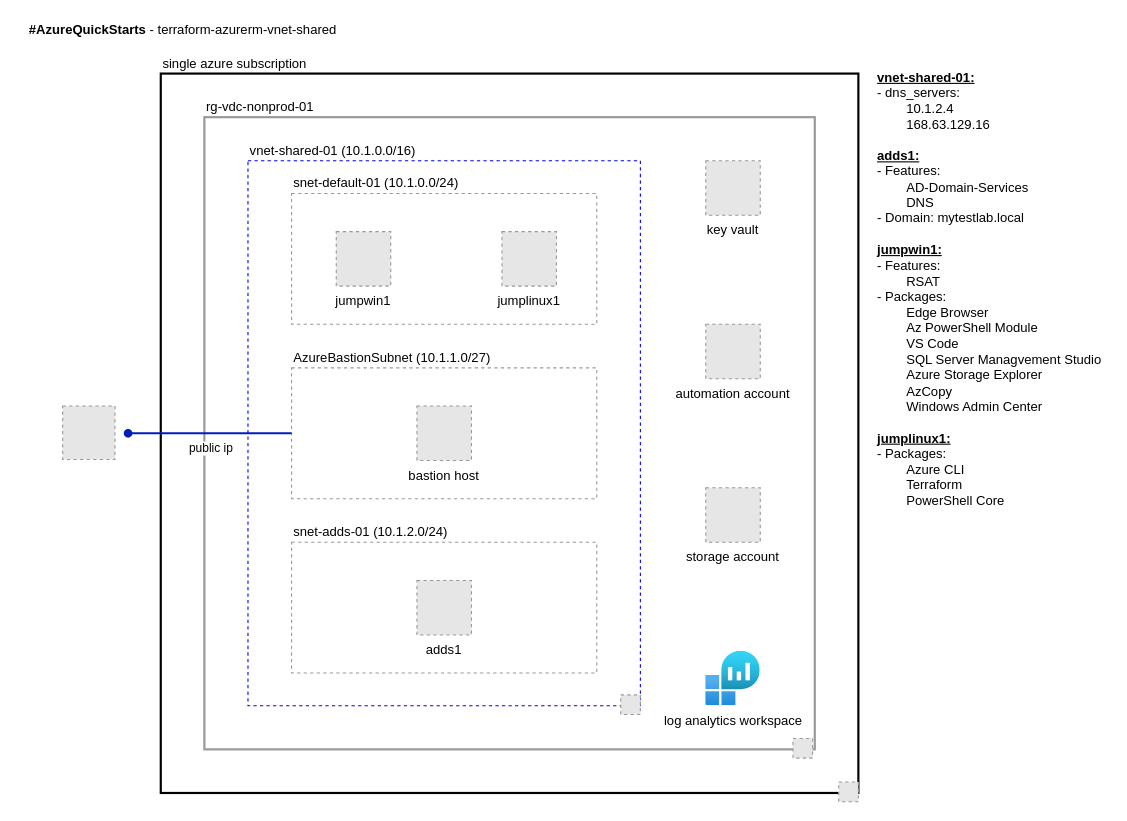
Earlier version of the draw.io diagram terraform-azurerm-vnet-shared/vnet-shared-diagram.drawio (doherty100/azuresandbox). Source tidied: cells renumbered, new cells numbered last; positions are measured from the earlier drawing's top-left corner, leaving out a move shared by most shapes. Both pictures are drawn from the tidied source at 109%, with x=0, y=0 at pixel (19, 19). Pictures stored in the file or linked from it are replaced by grey dashed boxes.
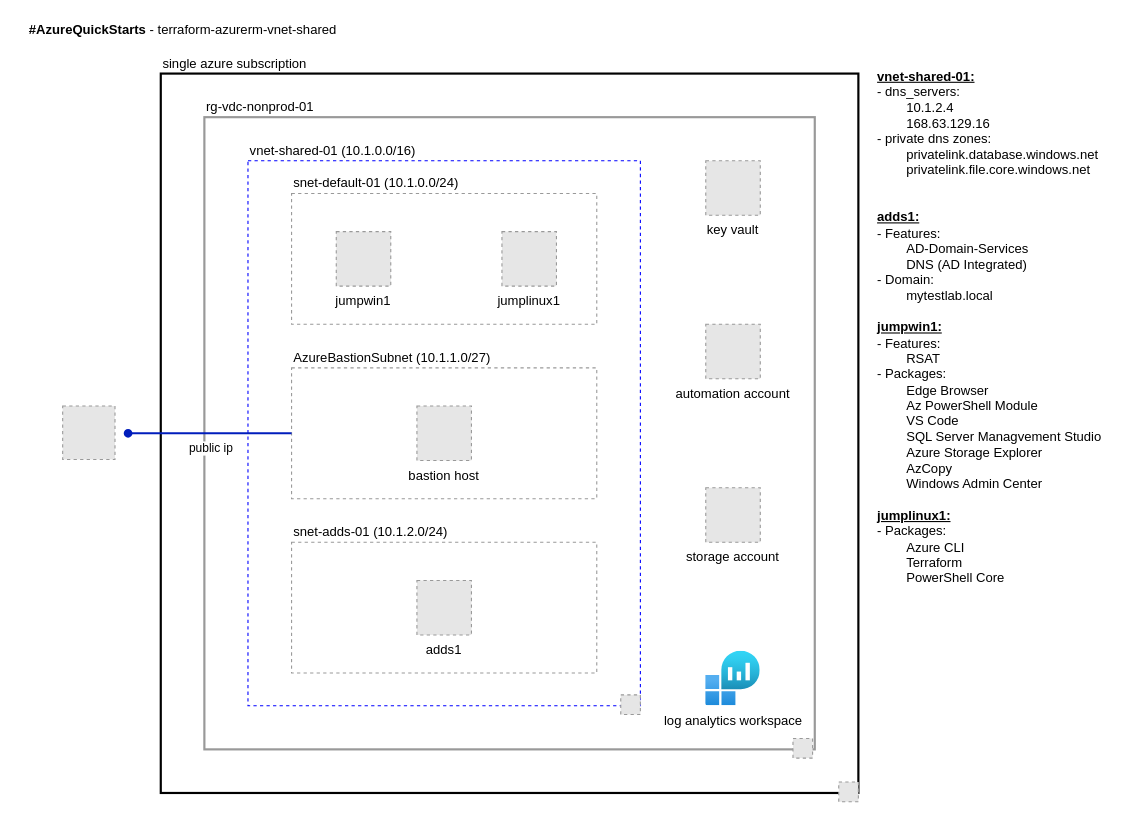
Above is the later version.

Commit message (it also covers changes not shown here):
move private dns zones to vnet-shared

Change to the diagram source:
```diff
@@
-    <mxCell id="20" value="&lt;div style=&quot;text-align: left&quot;&gt;&lt;span&gt;&lt;u&gt;&lt;b&gt;vnet-shared-01:&lt;/b&gt;&lt;/u&gt;&lt;/span&gt;&lt;/div&gt;&lt;div style=&quot;text-align: left&quot;&gt;&lt;span&gt;- dns_servers:&amp;nbsp;&lt;/span&gt;&lt;/div&gt;&lt;div style=&quot;text-align: left&quot;&gt;&lt;span&gt;&lt;span style=&quot;white-space: pre&quot;&gt;&#9;&lt;/span&gt;10.1.2.4&lt;/span&gt;&lt;/div&gt;&lt;div style=&quot;text-align: left&quot;&gt;&lt;span&gt;&lt;span style=&quot;white-space: pre&quot;&gt;&#9;&lt;/span&gt;1&lt;/span&gt;&lt;span&gt;68.63.129.16&lt;/span&gt;&lt;/div&gt;&lt;div style=&quot;text-align: left&quot;&gt;&lt;span&gt;&lt;br&gt;&lt;/span&gt;&lt;/div&gt;&lt;div style=&quot;text-align: left&quot;&gt;&lt;div&gt;&lt;u&gt;&lt;b&gt;adds1:&lt;/b&gt;&lt;/u&gt;&lt;/div&gt;&lt;span style=&quot;text-align: center&quot;&gt;- Features:&amp;nbsp;&lt;/span&gt;&lt;/div&gt;&lt;div style=&quot;text-align: left&quot;&gt;&lt;span style=&quot;text-align: center&quot;&gt;&lt;span style=&quot;white-space: pre&quot;&gt;&#9;&lt;/span&gt;AD-Domain-Services&lt;/span&gt;&lt;/div&gt;&lt;div style=&quot;text-align: left&quot;&gt;&lt;span style=&quot;text-align: center&quot;&gt;&lt;span style=&quot;white-space: pre&quot;&gt;&#9;&lt;/span&gt;DNS&lt;/span&gt;&lt;br style=&quot;text-align: center&quot;&gt;&lt;div&gt;- Domain: mytestlab.local&lt;/div&gt;&lt;div&gt;&lt;br&gt;&lt;/div&gt;&lt;/div&gt;&lt;div style=&quot;text-align: left&quot;&gt;&lt;b&gt;&lt;u&gt;jumpwin1:&lt;/u&gt;&lt;/b&gt;&lt;/div&gt;&lt;div style=&quot;text-align: left&quot;&gt;- Features:&lt;/div&gt;&lt;div style=&quot;text-align: left&quot;&gt;&lt;span style=&quot;white-space: pre&quot;&gt;&#9;&lt;/span&gt;RSAT&lt;/div&gt;&lt;div style=&quot;text-align: left&quot;&gt;- Packages:&lt;/div&gt;&lt;div style=&quot;text-align: left&quot;&gt;&lt;span style=&quot;white-space: pre&quot;&gt;&#9;&lt;/span&gt;Edge Browser&lt;br&gt;&lt;/div&gt;&lt;div style=&quot;text-align: left&quot;&gt;&lt;span style=&quot;white-space: pre&quot;&gt;&#9;&lt;/span&gt;&lt;span&gt;Az PowerShell Module&lt;/span&gt;&lt;br&gt;&lt;/div&gt;&lt;div style=&quot;text-align: left&quot;&gt;&lt;span style=&quot;white-space: pre&quot;&gt;&#9;&lt;/span&gt;VS Code&lt;br&gt;&lt;/div&gt;&lt;div style=&quot;text-align: left&quot;&gt;&lt;span style=&quot;white-space: pre&quot;&gt;&#9;&lt;/span&gt;SQL Server Managvement Studio&lt;/div&gt;&lt;div style=&quot;text-align: left&quot;&gt;&lt;span style=&quot;white-space: pre&quot;&gt;&#9;&lt;/span&gt;Azure Storage Explorer&lt;br&gt;&lt;/div&gt;&lt;div style=&quot;text-align: left&quot;&gt;&lt;span style=&quot;white-space: pre&quot;&gt;&#9;&lt;/span&gt;AzCopy&lt;br&gt;&lt;/div&gt;&lt;div style=&quot;text-align: left&quot;&gt;&lt;span style=&quot;white-space: pre&quot;&gt;&#9;&lt;/span&gt;Windows Admin Center&lt;br&gt;&lt;/div&gt;&lt;div style=&quot;text-align: left&quot;&gt;&lt;span&gt;&lt;br&gt;&lt;/span&gt;&lt;/div&gt;&lt;div style=&quot;text-align: left&quot;&gt;&lt;div&gt;&lt;b&gt;&lt;u&gt;jumplinux1:&lt;/u&gt;&lt;/b&gt;&lt;/div&gt;&lt;div&gt;- Packages:&amp;nbsp;&lt;/div&gt;&lt;div&gt;&lt;span style=&quot;white-space: pre&quot;&gt;&#9;&lt;/span&gt;Azure CLI&lt;/div&gt;&lt;div&gt;&lt;span style=&quot;white-space: pre&quot;&gt;&#9;&lt;/span&gt;Terraform&lt;/div&gt;&lt;div&gt;&lt;span style=&quot;white-space: pre&quot;&gt;&#9;&lt;/span&gt;PowerShell Core&lt;br&gt;&lt;/div&gt;&lt;div&gt;&lt;br&gt;&lt;/div&gt;&lt;/div&gt;" style="text;html=1;align=center;verticalAlign=middle;rounded=0;fontColor=#000000;" parent="1" vertex="1">
-      <mxGeometry x="780" y="50" width="220" height="410" as="geometry" />
+    <mxCell id="20" value="&lt;div style=&quot;text-align: left&quot;&gt;&lt;span&gt;&lt;u&gt;&lt;b&gt;vnet-shared-01:&lt;/b&gt;&lt;/u&gt;&lt;/span&gt;&lt;/div&gt;&lt;div style=&quot;text-align: left&quot;&gt;&lt;span&gt;- dns_servers:&amp;nbsp;&lt;/span&gt;&lt;/div&gt;&lt;div style=&quot;text-align: left&quot;&gt;&lt;span&gt;&lt;span&gt;&#9;&lt;/span&gt;&lt;span style=&quot;white-space: pre&quot;&gt;&#9;&lt;/span&gt;10.1.2.4&lt;/span&gt;&lt;/div&gt;&lt;div style=&quot;text-align: left&quot;&gt;&lt;span&gt;&lt;span&gt;&#9;&lt;/span&gt;&lt;span style=&quot;white-space: pre&quot;&gt;&#9;&lt;/span&gt;1&lt;/span&gt;&lt;span&gt;68.63.129.16&lt;/span&gt;&lt;/div&gt;&lt;div style=&quot;text-align: left&quot;&gt;&lt;span&gt;- private dns zones:&lt;/span&gt;&lt;/div&gt;&lt;div style=&quot;text-align: left&quot;&gt;&lt;span&gt;&lt;span&gt;&#9;&lt;/span&gt;&lt;div&gt;&lt;span style=&quot;white-space: pre&quot;&gt;&#9;&lt;/span&gt;privatelink.database.windows.net&lt;/div&gt;&lt;div&gt;&lt;span style=&quot;white-space: pre&quot;&gt;&#9;&lt;/span&gt;privatelink.file.core.windows.net&lt;/div&gt;&lt;div&gt;&lt;br&gt;&lt;/div&gt;&lt;/span&gt;&lt;/div&gt;&lt;div style=&quot;text-align: left&quot;&gt;&lt;span&gt;&lt;br&gt;&lt;/span&gt;&lt;/div&gt;&lt;div style=&quot;text-align: left&quot;&gt;&lt;div&gt;&lt;u&gt;&lt;b&gt;adds1:&lt;/b&gt;&lt;/u&gt;&lt;/div&gt;&lt;span style=&quot;text-align: center&quot;&gt;- Features:&amp;nbsp;&lt;/span&gt;&lt;/div&gt;&lt;div style=&quot;text-align: left&quot;&gt;&lt;span style=&quot;text-align: center&quot;&gt;&lt;span&gt;&#9;&lt;/span&gt;&lt;span style=&quot;white-space: pre&quot;&gt;&#9;&lt;/span&gt;AD-Domain-Services&lt;/span&gt;&lt;/div&gt;&lt;div style=&quot;text-align: left&quot;&gt;&lt;span style=&quot;text-align: center&quot;&gt;&lt;span&gt;&#9;&lt;/span&gt;&lt;span style=&quot;white-space: pre&quot;&gt;&#9;&lt;/span&gt;DNS (AD Integrated)&lt;/span&gt;&lt;br style=&quot;text-align: center&quot;&gt;&lt;div&gt;- Domain: &lt;/div&gt;&lt;div&gt;&lt;span style=&quot;white-space: pre&quot;&gt;&#9;&lt;/span&gt;mytestlab.local&lt;br&gt;&lt;/div&gt;&lt;div&gt;&lt;br&gt;&lt;/div&gt;&lt;/div&gt;&lt;div style=&quot;text-align: left&quot;&gt;&lt;b&gt;&lt;u&gt;jumpwin1:&lt;/u&gt;&lt;/b&gt;&lt;/div&gt;&lt;div style=&quot;text-align: left&quot;&gt;- Features:&lt;/div&gt;&lt;div style=&quot;text-align: left&quot;&gt;&lt;span&gt;&#9;&lt;/span&gt;&lt;span style=&quot;white-space: pre&quot;&gt;&#9;&lt;/span&gt;RSAT&lt;/div&gt;&lt;div style=&quot;text-align: left&quot;&gt;- Packages:&lt;/div&gt;&lt;div style=&quot;text-align: left&quot;&gt;&lt;span&gt;&#9;&lt;/span&gt;&lt;span style=&quot;white-space: pre&quot;&gt;&#9;&lt;/span&gt;Edge Browser&lt;br&gt;&lt;/div&gt;&lt;div style=&quot;text-align: left&quot;&gt;&lt;span&gt;&#9;&lt;/span&gt;&lt;span&gt;&lt;span style=&quot;white-space: pre&quot;&gt;&#9;&lt;/span&gt;Az PowerShell Module&lt;/span&gt;&lt;br&gt;&lt;/div&gt;&lt;div style=&quot;text-align: left&quot;&gt;&lt;span&gt;&#9;&lt;/span&gt;&lt;span style=&quot;white-space: pre&quot;&gt;&#9;&lt;/span&gt;VS Code&lt;br&gt;&lt;/div&gt;&lt;div style=&quot;text-align: left&quot;&gt;&lt;span&gt;&#9;&lt;/span&gt;&lt;span style=&quot;white-space: pre&quot;&gt;&#9;&lt;/span&gt;SQL Server Managvement Studio&lt;/div&gt;&lt;div style=&quot;text-align: left&quot;&gt;&lt;span&gt;&#9;&lt;/span&gt;&lt;span style=&quot;white-space: pre&quot;&gt;&#9;&lt;/span&gt;Azure Storage Explorer&lt;br&gt;&lt;/div&gt;&lt;div style=&quot;text-align: left&quot;&gt;&lt;span&gt;&#9;&lt;/span&gt;&lt;span style=&quot;white-space: pre&quot;&gt;&#9;&lt;/span&gt;AzCopy&lt;br&gt;&lt;/div&gt;&lt;div style=&quot;text-align: left&quot;&gt;&lt;span&gt;&#9;&lt;/span&gt;&lt;span style=&quot;white-space: pre&quot;&gt;&#9;&lt;/span&gt;Windows Admin Center&lt;br&gt;&lt;/div&gt;&lt;div style=&quot;text-align: left&quot;&gt;&lt;span&gt;&lt;br&gt;&lt;/span&gt;&lt;/div&gt;&lt;div style=&quot;text-align: left&quot;&gt;&lt;div&gt;&lt;b&gt;&lt;u&gt;jumplinux1:&lt;/u&gt;&lt;/b&gt;&lt;/div&gt;&lt;div&gt;- Packages:&amp;nbsp;&lt;/div&gt;&lt;div&gt;&lt;span&gt;&#9;&lt;/span&gt;&lt;span style=&quot;white-space: pre&quot;&gt;&#9;&lt;/span&gt;Azure CLI&lt;/div&gt;&lt;div&gt;&lt;span&gt;&#9;&lt;/span&gt;&lt;span style=&quot;white-space: pre&quot;&gt;&#9;&lt;/span&gt;Terraform&lt;/div&gt;&lt;div&gt;&lt;span&gt;&#9;&lt;/span&gt;&lt;span style=&quot;white-space: pre&quot;&gt;&#9;&lt;/span&gt;PowerShell Core&lt;br&gt;&lt;/div&gt;&lt;div&gt;&lt;br&gt;&lt;/div&gt;&lt;/div&gt;" style="text;html=1;align=center;verticalAlign=middle;rounded=0;fontColor=#000000;" parent="1" vertex="1">
+      <mxGeometry x="780" y="50" width="220" height="480" as="geometry" />
     </mxCell>
```
